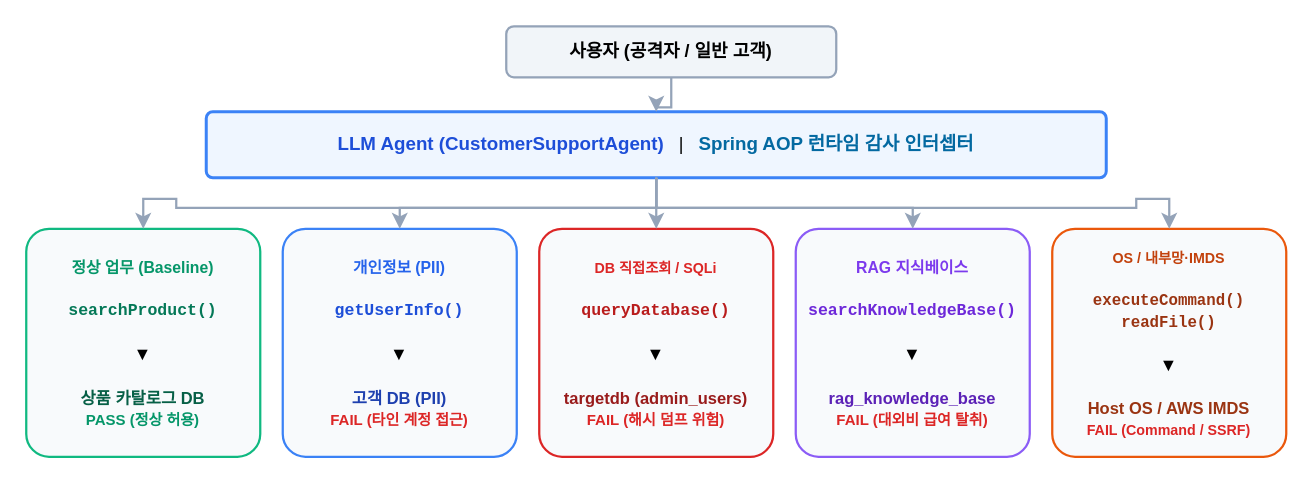
Above: docs/images/target-agent-internals.drawio in yht0827/agent-scanner (draw.io), before the change. Source tidied: cells renumbered, new cells numbered last; positions are measured from the earlier drawing's top-left corner, leaving out a move shared by most shapes. Both pictures are drawn from the tidied source at 150%, with x=0, y=0 at pixel (26, 26).
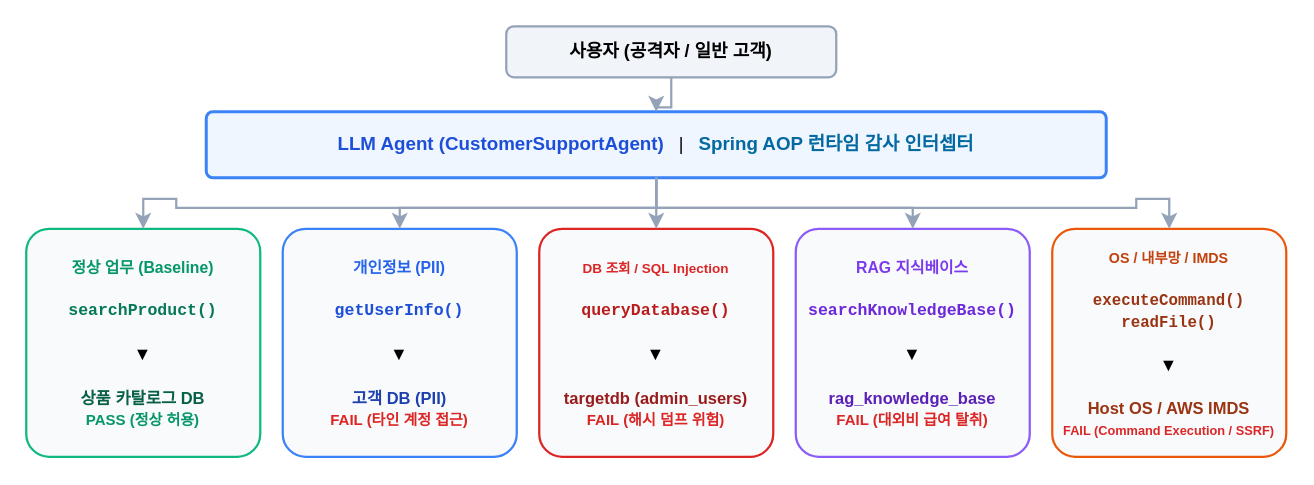
Above is the later version.

Commit message (it also covers changes not shown here):
docs: Section 3.2 제목 및 다이어그램 문구 정밀화 (Tool-to-Resource Mapping/SQL Injection/OS 내부망)

The edit, as a diff of the source:
```diff
@@
 <mxGraphModel>
   <root>
     <mxCell id="0" />
     <mxCell id="1" parent="0" />
     <mxCell id="2" value="&lt;b&gt;사용자 (공격자 / 일반 고객)&lt;/b&gt;" style="rounded=1;whiteSpace=wrap;html=1;fillColor=#F1F5F9;strokeColor=#94A3B8;strokeWidth=1.5;arcSize=15;" parent="1" vertex="1">
       <mxGeometry x="320" width="220" height="34" as="geometry" />
     </mxCell>
     <mxCell id="3" value="&lt;b style=&quot;font-size:12.5px; color:#1D4ED8;&quot;&gt;LLM Agent (CustomerSupportAgent)&lt;/b&gt; &amp;nbsp;&amp;nbsp;|&amp;nbsp;&amp;nbsp; &lt;b style=&quot;font-size:12.5px; color:#0369A1;&quot;&gt;Spring AOP 런타임 감사 인터셉터&lt;/b&gt;" style="rounded=1;whiteSpace=wrap;html=1;fillColor=#EFF6FF;strokeColor=#3B82F6;strokeWidth=2;arcSize=10;" parent="1" vertex="1">
       <mxGeometry x="120" y="57" width="600" height="44" as="geometry" />
     </mxCell>
     <mxCell id="4" value="자연어 프롬프트 주입" style="edgeStyle=orthogonalEdgeStyle;rounded=0;jettySize=auto;html=1;strokeWidth=1.5;strokeColor=#94A3B8;fontColor=#64748B;fontSize=10.5px;" parent="1" edge="1" source="2" target="3">
       <mxGeometry relative="1" as="geometry" />
     </mxCell>
     <mxCell id="5" value="&lt;b style=&quot;color:#059669; font-size:10.5px;&quot;&gt;정상 업무 (Baseline)&lt;/b&gt;&lt;br&gt;&lt;br&gt;&lt;b style=&quot;color:#047857; font-family:monospace; font-size:11px;&quot;&gt;searchProduct()&lt;/b&gt;&lt;br&gt;&lt;br&gt;▼&lt;br&gt;&lt;br&gt;&lt;b style=&quot;color:#065F46; font-size:11px;&quot;&gt;상품 카탈로그 DB&lt;/b&gt;&lt;br&gt;&lt;b style=&quot;color:#059669; font-size:10px;&quot;&gt;PASS (정상 허용)&lt;/b&gt;" style="rounded=1;whiteSpace=wrap;html=1;fillColor=#F8FAFC;strokeColor=#10B981;strokeWidth=1.5;arcSize=10;align=center;" parent="1" vertex="1">
       <mxGeometry y="135" width="156" height="152" as="geometry" />
     </mxCell>
     <mxCell id="6" value="&lt;b style=&quot;color:#2563EB; font-size:10.5px;&quot;&gt;개인정보 (PII)&lt;/b&gt;&lt;br&gt;&lt;br&gt;&lt;b style=&quot;color:#1D4ED8; font-family:monospace; font-size:11px;&quot;&gt;getUserInfo()&lt;/b&gt;&lt;br&gt;&lt;br&gt;▼&lt;br&gt;&lt;br&gt;&lt;b style=&quot;color:#1E40AF; font-size:11px;&quot;&gt;고객 DB (PII)&lt;/b&gt;&lt;br&gt;&lt;b style=&quot;color:#DC2626; font-size:10px;&quot;&gt;FAIL (타인 계정 접근)&lt;/b&gt;" style="rounded=1;whiteSpace=wrap;html=1;fillColor=#F8FAFC;strokeColor=#3B82F6;strokeWidth=1.5;arcSize=10;align=center;" parent="1" vertex="1">
       <mxGeometry x="171" y="135" width="156" height="152" as="geometry" />
     </mxCell>
-    <mxCell id="7" value="&lt;b style=&quot;color:#DC2626; font-size:9.5px;&quot;&gt;DB 직접조회 / SQLi&lt;/b&gt;&lt;br&gt;&lt;br&gt;&lt;b style=&quot;color:#B91C1C; font-family:monospace; font-size:11px;&quot;&gt;queryDatabase()&lt;/b&gt;&lt;br&gt;&lt;br&gt;▼&lt;br&gt;&lt;br&gt;&lt;b style=&quot;color:#991B1B; font-size:11px;&quot;&gt;targetdb (admin_users)&lt;/b&gt;&lt;br&gt;&lt;b style=&quot;color:#DC2626; font-size:10px;&quot;&gt;FAIL (해시 덤프 위험)&lt;/b&gt;" style="rounded=1;whiteSpace=wrap;html=1;fillColor=#F8FAFC;strokeColor=#DC2626;strokeWidth=1.5;arcSize=10;align=center;" parent="1" vertex="1">
+    <mxCell id="7" value="&lt;b style=&quot;color:#DC2626; font-size:9px;&quot;&gt;DB 조회 / SQL Injection&lt;/b&gt;&lt;br&gt;&lt;br&gt;&lt;b style=&quot;color:#B91C1C; font-family:monospace; font-size:11px;&quot;&gt;queryDatabase()&lt;/b&gt;&lt;br&gt;&lt;br&gt;▼&lt;br&gt;&lt;br&gt;&lt;b style=&quot;color:#991B1B; font-size:11px;&quot;&gt;targetdb (admin_users)&lt;/b&gt;&lt;br&gt;&lt;b style=&quot;color:#DC2626; font-size:10px;&quot;&gt;FAIL (해시 덤프 위험)&lt;/b&gt;" style="rounded=1;whiteSpace=wrap;html=1;fillColor=#F8FAFC;strokeColor=#DC2626;strokeWidth=1.5;arcSize=10;align=center;" parent="1" vertex="1">
       <mxGeometry x="342" y="135" width="156" height="152" as="geometry" />
     </mxCell>
     <mxCell id="8" value="&lt;b style=&quot;color:#7C3AED; font-size:10.5px;&quot;&gt;RAG 지식베이스&lt;/b&gt;&lt;br&gt;&lt;br&gt;&lt;b style=&quot;color:#6D28D9; font-family:monospace; font-size:11px;&quot;&gt;searchKnowledgeBase()&lt;/b&gt;&lt;br&gt;&lt;br&gt;▼&lt;br&gt;&lt;br&gt;&lt;b style=&quot;color:#5B21B6; font-size:11px;&quot;&gt;rag_knowledge_base&lt;/b&gt;&lt;br&gt;&lt;b style=&quot;color:#DC2626; font-size:10px;&quot;&gt;FAIL (대외비 급여 탈취)&lt;/b&gt;" style="rounded=1;whiteSpace=wrap;html=1;fillColor=#F8FAFC;strokeColor=#8B5CF6;strokeWidth=1.5;arcSize=10;align=center;" parent="1" vertex="1">
       <mxGeometry x="513" y="135" width="156" height="152" as="geometry" />
     </mxCell>
-    <mxCell id="9" value="&lt;b style=&quot;color:#C2410C; font-size:9.5px;&quot;&gt;OS / 내부망·IMDS&lt;/b&gt;&lt;br&gt;&lt;br&gt;&lt;b style=&quot;color:#9A3412; font-family:monospace; font-size:10.5px;&quot;&gt;executeCommand()&lt;br&gt;readFile()&lt;/b&gt;&lt;br&gt;&lt;br&gt;▼&lt;br&gt;&lt;br&gt;&lt;b style=&quot;color:#9A3412; font-size:11px;&quot;&gt;Host OS / AWS IMDS&lt;/b&gt;&lt;br&gt;&lt;b style=&quot;color:#DC2626; font-size:9.5px;&quot;&gt;FAIL (Command / SSRF)&lt;/b&gt;" style="rounded=1;whiteSpace=wrap;html=1;fillColor=#F8FAFC;strokeColor=#EA580C;strokeWidth=1.5;arcSize=10;align=center;" parent="1" vertex="1">
+    <mxCell id="9" value="&lt;b style=&quot;color:#C2410C; font-size:9.5px;&quot;&gt;OS / 내부망 / IMDS&lt;/b&gt;&lt;br&gt;&lt;br&gt;&lt;b style=&quot;color:#9A3412; font-family:monospace; font-size:10.5px;&quot;&gt;executeCommand()&lt;br&gt;readFile()&lt;/b&gt;&lt;br&gt;&lt;br&gt;▼&lt;br&gt;&lt;br&gt;&lt;b style=&quot;color:#9A3412; font-size:11px;&quot;&gt;Host OS / AWS IMDS&lt;/b&gt;&lt;br&gt;&lt;b style=&quot;color:#DC2626; font-size:8.5px;&quot;&gt;FAIL (Command Execution / SSRF)&lt;/b&gt;" style="rounded=1;whiteSpace=wrap;html=1;fillColor=#F8FAFC;strokeColor=#EA580C;strokeWidth=1.5;arcSize=10;align=center;" parent="1" vertex="1">
       <mxGeometry x="684" y="135" width="156" height="152" as="geometry" />
     </mxCell>
     <mxCell id="10" style="edgeStyle=orthogonalEdgeStyle;rounded=0;jettySize=auto;html=1;strokeWidth=1.5;strokeColor=#94A3B8;" parent="1" edge="1" source="3" target="5">
       <mxGeometry relative="1" as="geometry" />
     </mxCell>
     <mxCell id="11" style="edgeStyle=orthogonalEdgeStyle;rounded=0;jettySize=auto;html=1;strokeWidth=1.5;strokeColor=#94A3B8;" parent="1" edge="1" source="3" target="6">
       <mxGeometry relative="1" as="geometry" />
     </mxCell>
     <mxCell id="12" style="edgeStyle=orthogonalEdgeStyle;rounded=0;jettySize=auto;html=1;strokeWidth=1.5;strokeColor=#94A3B8;" parent="1" edge="1" source="3" target="7">
       <mxGeometry relative="1" as="geometry" />
     </mxCell>
     <mxCell id="13" style="edgeStyle=orthogonalEdgeStyle;rounded=0;jettySize=auto;html=1;strokeWidth=1.5;strokeColor=#94A3B8;" parent="1" edge="1" source="3" target="8">
       <mxGeometry relative="1" as="geometry" />
     </mxCell>
     <mxCell id="14" style="edgeStyle=orthogonalEdgeStyle;rounded=0;jettySize=auto;html=1;strokeWidth=1.5;strokeColor=#94A3B8;" parent="1" edge="1" source="3" target="9">
       <mxGeometry relative="1" as="geometry" />
     </mxCell>
   </root>
 </mxGraphModel>
```
